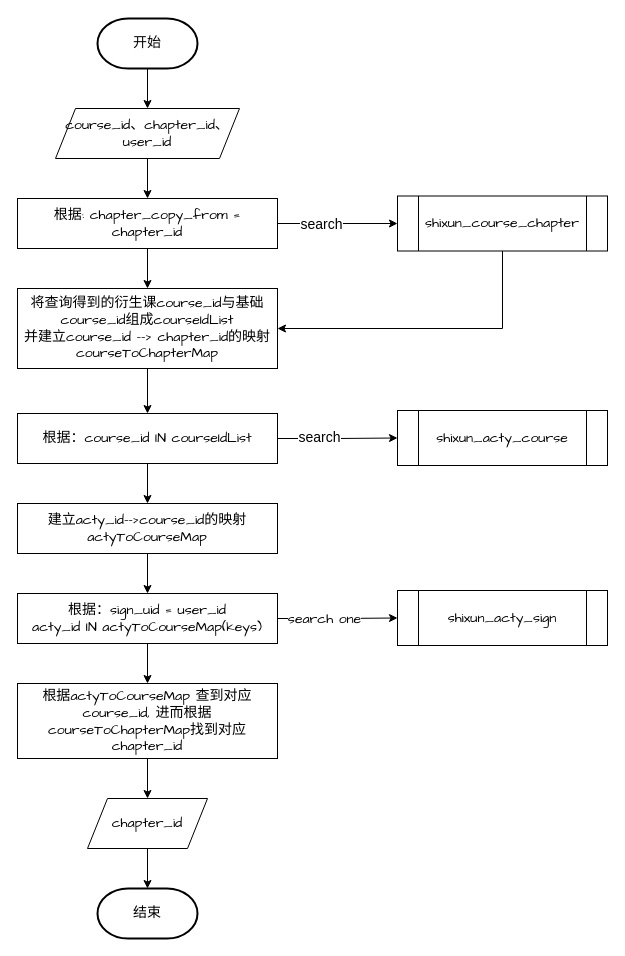
Before: chapter_copy.drawio in rabbitdream/framework, a draw.io diagram. Source tidied: cells renumbered, new cells numbered last; positions are measured from the earlier drawing's top-left corner, leaving out a move shared by most shapes. Both pictures are drawn from the tidied source at 100%, with x=0, y=0 at pixel (17, 18).
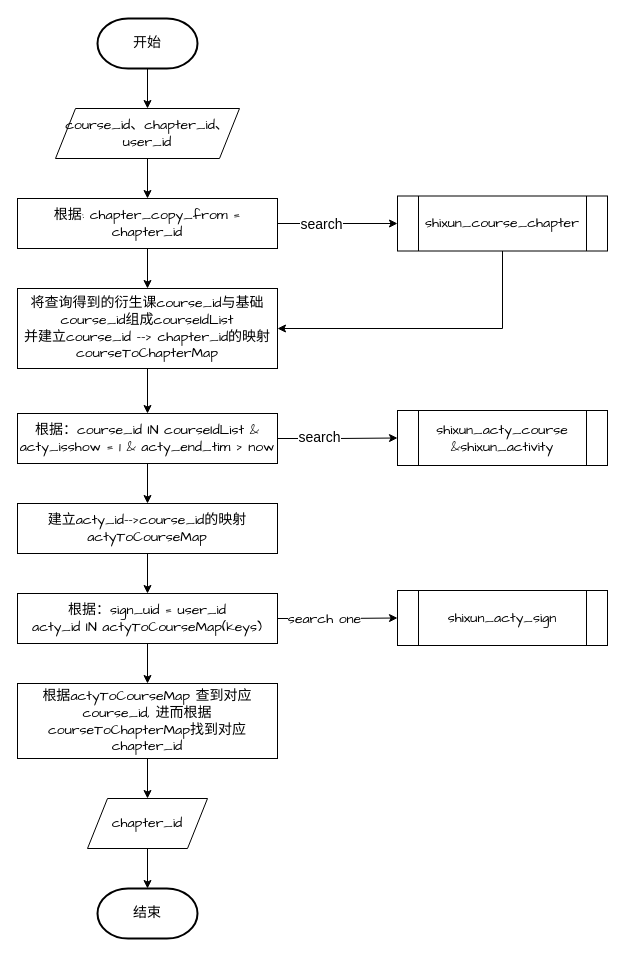
The same diagram, later.

Diff of the diagram source:
```diff
@@
-    <mxCell id="17" value="&lt;font face=&quot;Comic Sans MS&quot;&gt;&lt;span style=&quot;font-size: 14px&quot;&gt;根据：course_id IN courseIdList&lt;/span&gt;&lt;/font&gt;" style="rounded=0;whiteSpace=wrap;html=1;" parent="1" vertex="1">
+    <mxCell id="17" value="&lt;font face=&quot;Comic Sans MS&quot;&gt;&lt;span style=&quot;font-size: 14px&quot;&gt;根据：course_id IN courseIdList &amp;amp; acty_isshow = 1 &amp;amp; acty_end_tim &amp;gt; now&lt;/span&gt;&lt;/font&gt;" style="rounded=0;whiteSpace=wrap;html=1;" parent="1" vertex="1">
       <mxGeometry y="395" width="260" height="50" as="geometry" />
     </mxCell>
-    <mxCell id="18" value="&lt;font style=&quot;font-size: 14px&quot; face=&quot;Comic Sans MS&quot;&gt;shixun_acty_course&lt;/font&gt;" style="shape=process;whiteSpace=wrap;html=1;backgroundOutline=1;" parent="1" vertex="1">
+    <mxCell id="18" value="&lt;font style=&quot;font-size: 14px&quot; face=&quot;Comic Sans MS&quot;&gt;shixun_acty_course&lt;br&gt;&amp;amp;shixun_activity&lt;br&gt;&lt;/font&gt;" style="shape=process;whiteSpace=wrap;html=1;backgroundOutline=1;" parent="1" vertex="1">
       <mxGeometry x="380" y="392" width="210" height="55" as="geometry" />
     </mxCell>
```
